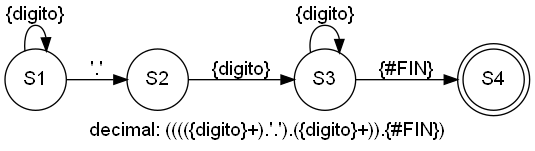
Above: AFD_202004765/AFD_decimal.png in PikaGuty/OLC1_Proyecto1_202004765 (Graphviz), before the change. Its source is kept beside it as AFD_202004765/AFD_decimal.dot.
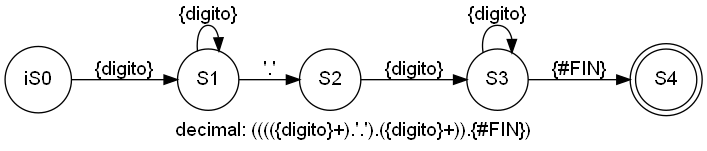
The same diagram one commit later.

The edit, as a diff of the source:
```diff
@@ -5,7 +5,8 @@
 	rankdir=LR;
 	size="8,5";
        node [shape = doublecircle]; S4;
-	node [shape = circle];S1 -> S1 [label = "{digito}"];
+	node [shape = circle];iS0 -> S1 [label = "{digito}"];
+S1 -> S1 [label = "{digito}"];
 S1 -> S2 [label = "'.'"];
 S2 -> S3 [label = "{digito}"];
 S3 -> S3 [label = "{digito}"];
```
